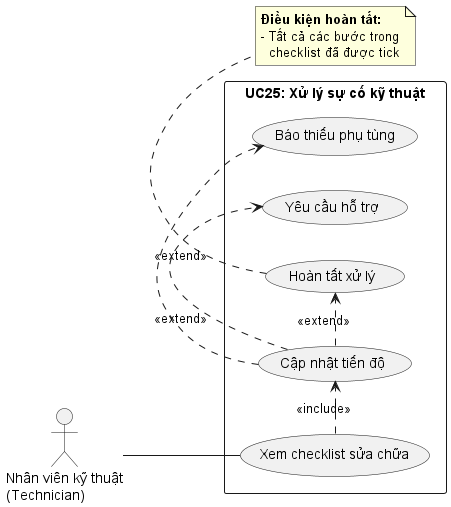
The PlantUML diagram src/DormitoryManagement/Docs/images/UC25_XuLySuCoKyThuat.png in DOTHANHLUAN-24/DormitoryManagementSystem, before a commit. The source it was exported from:
```plantuml
@startuml

left to right direction
skinparam packageStyle rectangle

actor "Nhân viên kỹ thuật\n(Technician)" as Technician

rectangle "UC25: Xử lý sự cố kỹ thuật" {
  usecase "Xem checklist sửa chữa" as UC25_ViewChecklist
  usecase "Cập nhật tiến độ" as UC25_UpdateProgress
  usecase "Báo thiếu phụ tùng" as UC25_MissingPart
  usecase "Yêu cầu hỗ trợ" as UC25_RequestSupport
  usecase "Hoàn tất xử lý" as UC25_Complete

  UC25_ViewChecklist .> UC25_UpdateProgress : <<include>>
  UC25_UpdateProgress .> UC25_MissingPart : <<extend>>
  UC25_UpdateProgress .> UC25_RequestSupport : <<extend>>
  UC25_UpdateProgress .> UC25_Complete : <<extend>>
}

Technician -- UC25_ViewChecklist

note bottom of UC25_Complete
  <b>Điều kiện hoàn tất:</b>
  - Tất cả các bước trong
    checklist đã được tick
end note

@enduml
```
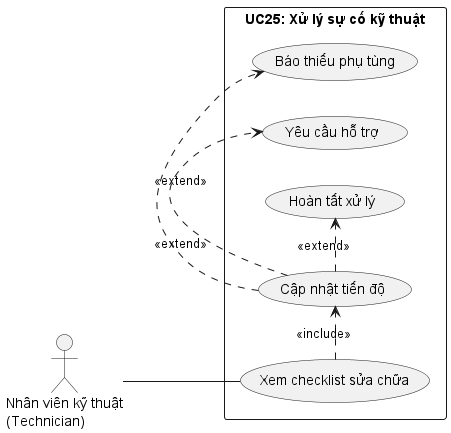
After the commit.

What changed in the source:
```diff
@@ -20,10 +20,6 @@
 
 Technician -- UC25_ViewChecklist
 
-note bottom of UC25_Complete
-  <b>Điều kiện hoàn tất:</b>
-  - Tất cả các bước trong
-    checklist đã được tick
-end note
+
 
 @enduml
```
